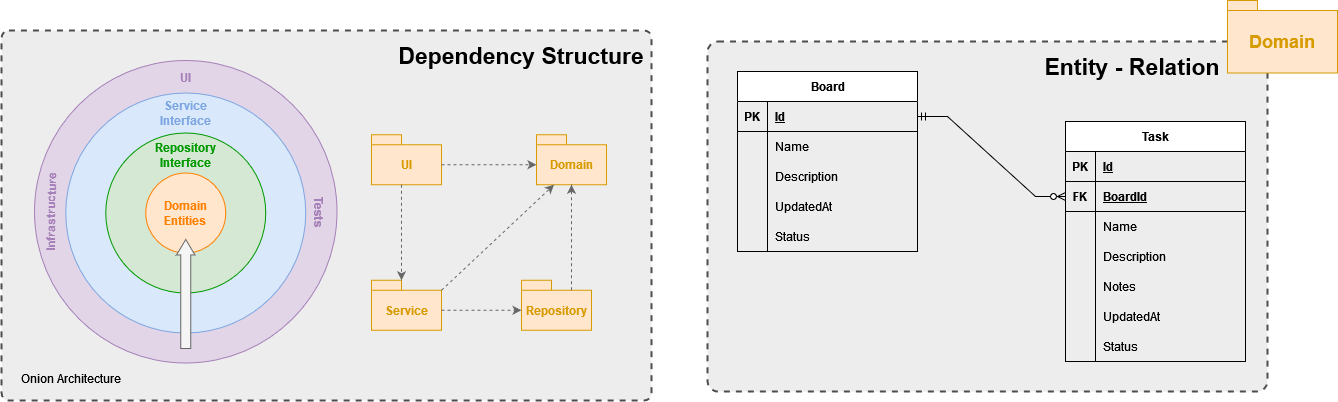
The draw.io diagram docs/images/my-kanban-er-model.png in rochajario/my-kanban-asp.net, before a commit. Source tidied: cells renumbered, new cells last; positions are measured from the earlier drawing's top-left corner, leaving out a move shared by most shapes.
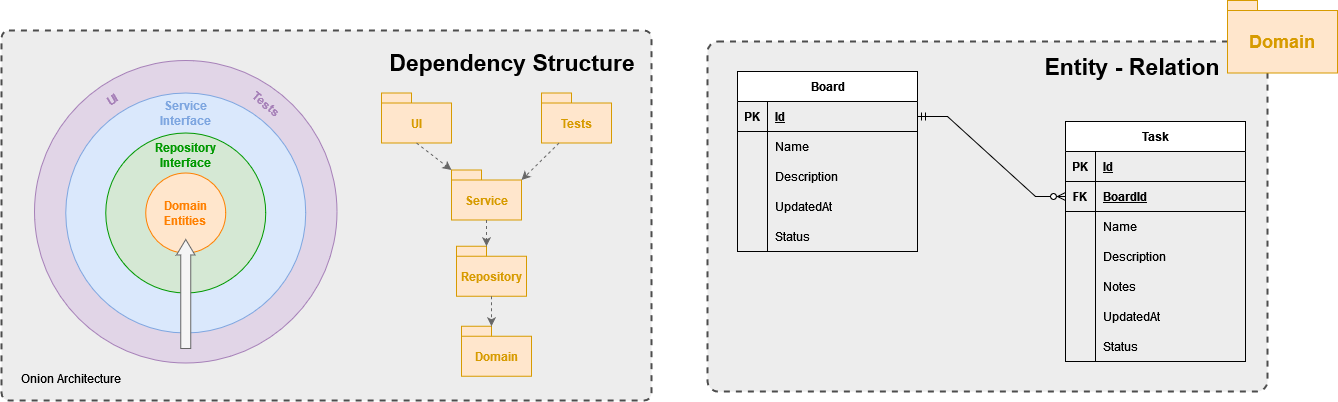
Later version of the same file.

The edit, as a diff of the source:
```diff
@@ -146,58 +146,53 @@
     <mxCell id="49" value="&lt;b&gt;&lt;font color=&quot;#7ea6e0&quot;&gt;Service Interface&lt;/font&gt;&lt;/b&gt;" style="text;html=1;strokeColor=none;fillColor=none;align=center;verticalAlign=middle;whiteSpace=wrap;rounded=0;" parent="1" vertex="1">
       <mxGeometry x="154.2" y="97.5" width="60" height="30" as="geometry" />
     </mxCell>
-    <mxCell id="50" value="&lt;b&gt;&lt;font color=&quot;#a680b8&quot;&gt;UI&lt;/font&gt;&lt;/b&gt;" style="text;html=1;strokeColor=none;fillColor=none;align=center;verticalAlign=middle;whiteSpace=wrap;rounded=0;" parent="1" vertex="1">
-      <mxGeometry x="154.2" y="62" width="60" height="30" as="geometry" />
+    <mxCell id="50" value="&lt;b&gt;&lt;font color=&quot;#a680b8&quot;&gt;UI&lt;/font&gt;&lt;/b&gt;" style="text;html=1;strokeColor=none;fillColor=none;align=center;verticalAlign=middle;whiteSpace=wrap;rounded=0;rotation=-30;" parent="1" vertex="1">
+      <mxGeometry x="81.2" y="84" width="60" height="30" as="geometry" />
     </mxCell>
-    <mxCell id="51" value="&lt;div&gt;&lt;b&gt;&lt;font color=&quot;#a680b8&quot;&gt;Infrastructure&lt;/font&gt;&lt;/b&gt;&lt;/div&gt;" style="text;html=1;strokeColor=none;fillColor=none;align=center;verticalAlign=middle;whiteSpace=wrap;rounded=0;rotation=-89;" parent="1" vertex="1">
-      <mxGeometry x="20" y="196.2" width="60" height="30" as="geometry" />
+    <mxCell id="51" value="&lt;b&gt;&lt;font color=&quot;#a680b8&quot;&gt;Tests&lt;/font&gt;&lt;/b&gt;" style="text;html=1;strokeColor=none;fillColor=none;align=center;verticalAlign=middle;whiteSpace=wrap;rounded=0;rotation=40;" parent="1" vertex="1">
+      <mxGeometry x="235" y="89" width="60" height="30" as="geometry" />
     </mxCell>
-    <mxCell id="52" value="&lt;b&gt;&lt;font color=&quot;#a680b8&quot;&gt;Tests&lt;/font&gt;&lt;/b&gt;" style="text;html=1;strokeColor=none;fillColor=none;align=center;verticalAlign=middle;whiteSpace=wrap;rounded=0;rotation=90;" parent="1" vertex="1">
-      <mxGeometry x="289" y="197.5" width="60" height="30" as="geometry" />
+    <mxCell id="52" style="shape=flexArrow;endArrow=classic;html=1;rounded=0;fillColor=#f5f5f5;strokeColor=#666666;endWidth=7.441860465116279;endSize=4.818604651162791;exitX=0.5;exitY=1;exitDx=0;exitDy=0;entryX=0.5;entryY=1;entryDx=0;entryDy=0;" parent="1" edge="1">
+      <mxGeometry relative="1" as="geometry">
+        <mxPoint x="184.2" y="348.5" as="sourcePoint" />
+        <mxPoint x="184.2" y="238.5" as="targetPoint" />
+      </mxGeometry>
     </mxCell>
-    <mxCell id="53" style="shape=flexArrow;endArrow=classic;html=1;rounded=0;fillColor=#f5f5f5;strokeColor=#666666;endWidth=7.441860465116279;endSize=4.818604651162791;exitX=0.5;exitY=1;exitDx=0;exitDy=0;entryX=0.5;entryY=1;entryDx=0;entryDy=0;" parent="1" edge="1">
-      <mxGeometry relative="1" as="geometry">
-        <mxPoint x="184.2" y="348.5" as="sourcePoint" />
-        <mxPoint x="184.2" y="238.5" as="targetPoint" />
-      </mxGeometry>
+    <mxCell id="53" value="&lt;font color=&quot;#d79b00&quot;&gt;Domain&lt;/font&gt;" style="shape=folder;fontStyle=1;spacingTop=10;tabWidth=30;tabHeight=10;tabPosition=left;html=1;whiteSpace=wrap;fillColor=#ffe6cc;strokeColor=#d79b00;" parent="1" vertex="1">
+      <mxGeometry x="460" y="325.8" width="70" height="50" as="geometry" />
     </mxCell>
-    <mxCell id="54" value="&lt;font color=&quot;#d79b00&quot;&gt;Domain&lt;/font&gt;" style="shape=folder;fontStyle=1;spacingTop=10;tabWidth=30;tabHeight=10;tabPosition=left;html=1;whiteSpace=wrap;fillColor=#ffe6cc;strokeColor=#d79b00;" parent="1" vertex="1">
-      <mxGeometry x="535" y="134.2" width="70" height="50" as="geometry" />
+    <mxCell id="54" value="&lt;font color=&quot;#d79b00&quot;&gt;Service&lt;/font&gt;" style="shape=folder;fontStyle=1;spacingTop=10;tabWidth=30;tabHeight=10;tabPosition=left;html=1;whiteSpace=wrap;fillColor=#ffe6cc;strokeColor=#d79b00;" parent="1" vertex="1">
+      <mxGeometry x="450" y="169.5" width="70" height="50" as="geometry" />
     </mxCell>
-    <mxCell id="55" value="&lt;font color=&quot;#d79b00&quot;&gt;Service&lt;/font&gt;" style="shape=folder;fontStyle=1;spacingTop=10;tabWidth=30;tabHeight=10;tabPosition=left;html=1;whiteSpace=wrap;fillColor=#ffe6cc;strokeColor=#d79b00;" parent="1" vertex="1">
-      <mxGeometry x="370" y="279.8" width="70" height="50" as="geometry" />
+    <mxCell id="55" value="&lt;font color=&quot;#d79b00&quot;&gt;Repository&lt;/font&gt;" style="shape=folder;fontStyle=1;spacingTop=10;tabWidth=30;tabHeight=10;tabPosition=left;html=1;whiteSpace=wrap;fillColor=#ffe6cc;strokeColor=#d79b00;" parent="1" vertex="1">
+      <mxGeometry x="455" y="245.8" width="70" height="50" as="geometry" />
     </mxCell>
-    <mxCell id="56" value="&lt;font color=&quot;#d79b00&quot;&gt;Repository&lt;/font&gt;" style="shape=folder;fontStyle=1;spacingTop=10;tabWidth=30;tabHeight=10;tabPosition=left;html=1;whiteSpace=wrap;fillColor=#ffe6cc;strokeColor=#d79b00;" parent="1" vertex="1">
-      <mxGeometry x="520" y="279.8" width="70" height="50" as="geometry" />
+    <mxCell id="56" value="&lt;font color=&quot;#d79b00&quot;&gt;UI&lt;/font&gt;" style="shape=folder;fontStyle=1;spacingTop=10;tabWidth=30;tabHeight=10;tabPosition=left;html=1;whiteSpace=wrap;fillColor=#ffe6cc;strokeColor=#D79B00;" parent="1" vertex="1">
+      <mxGeometry x="380" y="92.5" width="70" height="50" as="geometry" />
     </mxCell>
-    <mxCell id="57" value="&lt;font color=&quot;#d79b00&quot;&gt;UI&lt;/font&gt;" style="shape=folder;fontStyle=1;spacingTop=10;tabWidth=30;tabHeight=10;tabPosition=left;html=1;whiteSpace=wrap;fillColor=#ffe6cc;strokeColor=#D79B00;" parent="1" vertex="1">
-      <mxGeometry x="370" y="134.2" width="70" height="50" as="geometry" />
+    <mxCell id="57" style="endArrow=classic;html=1;rounded=0;entryX=0;entryY=0;entryDx=0;entryDy=0;entryPerimeter=0;dashed=1;strokeColor=#666666;exitX=0.5;exitY=1;exitDx=0;exitDy=0;exitPerimeter=0;" parent="1" edge="1" source="56" target="54">
+      <mxGeometry relative="1" as="geometry" />
     </mxCell>
-    <mxCell id="58" style="endArrow=classic;html=1;rounded=0;entryX=0;entryY=0;entryDx=30;entryDy=0;entryPerimeter=0;dashed=1;strokeColor=#666666;" parent="1" edge="1" target="55">
-      <mxGeometry relative="1" as="geometry">
-        <mxPoint x="400" y="184.2" as="sourcePoint" />
-      </mxGeometry>
+    <mxCell id="58" style="endArrow=classic;html=1;rounded=0;entryX=0;entryY=0;entryDx=30;entryDy=0;entryPerimeter=0;exitX=0.5;exitY=1;exitDx=0;exitDy=0;exitPerimeter=0;dashed=1;strokeColor=#666666;" parent="1" edge="1" source="55" target="53">
+      <mxGeometry relative="1" as="geometry" />
     </mxCell>
-    <mxCell id="59" style="endArrow=classic;html=1;rounded=0;exitX=0;exitY=0;exitDx=70;exitDy=30;exitPerimeter=0;entryX=0;entryY=0;entryDx=0;entryDy=30;entryPerimeter=0;dashed=1;strokeColor=#666666;" parent="1" edge="1" source="57" target="54">
+    <mxCell id="59" style="endArrow=classic;html=1;rounded=0;entryX=0;entryY=0;entryDx=30;entryDy=0;entryPerimeter=0;exitX=0.5;exitY=1;exitDx=0;exitDy=0;exitPerimeter=0;dashed=1;strokeColor=#666666;" parent="1" edge="1" source="54" target="55">
       <mxGeometry relative="1" as="geometry" />
     </mxCell>
-    <mxCell id="60" style="endArrow=classic;html=1;rounded=0;entryX=0.25;entryY=1;entryDx=0;entryDy=0;entryPerimeter=0;exitX=0;exitY=0;exitDx=70;exitDy=10;exitPerimeter=0;dashed=1;strokeColor=#666666;" parent="1" edge="1" source="55" target="54">
-      <mxGeometry relative="1" as="geometry" />
+    <mxCell id="60" value="&lt;font style=&quot;font-size: 23px;&quot;&gt;&lt;b&gt;Dependency Structure&lt;br&gt;&lt;/b&gt;&lt;/font&gt;" style="text;html=1;strokeColor=none;fillColor=none;align=center;verticalAlign=middle;whiteSpace=wrap;rounded=0;" parent="1" vertex="1">
+      <mxGeometry x="381" y="37" width="260" height="50" as="geometry" />
     </mxCell>
-    <mxCell id="61" style="endArrow=classic;html=1;rounded=0;entryX=0.5;entryY=1;entryDx=0;entryDy=0;entryPerimeter=0;exitX=0;exitY=0;exitDx=50;exitDy=10;exitPerimeter=0;dashed=1;strokeColor=#666666;" parent="1" edge="1" source="56" target="54">
-      <mxGeometry relative="1" as="geometry" />
+    <mxCell id="61" value="Onion Architecture" style="text;html=1;strokeColor=none;fillColor=none;align=center;verticalAlign=middle;whiteSpace=wrap;rounded=0;" parent="1" vertex="1">
+      <mxGeometry x="10" y="362.5" width="120" height="30" as="geometry" />
     </mxCell>
-    <mxCell id="62" style="endArrow=classic;html=1;rounded=0;entryX=0;entryY=0;entryDx=0;entryDy=30;entryPerimeter=0;exitX=0;exitY=0;exitDx=70;exitDy=30;exitPerimeter=0;dashed=1;strokeColor=#666666;" parent="1" edge="1" source="55" target="56">
-      <mxGeometry relative="1" as="geometry" />
+    <mxCell id="62" value="&lt;font style=&quot;font-size: 18px;&quot; color=&quot;#d79b00&quot;&gt;Domain&lt;/font&gt;" style="shape=folder;fontStyle=1;spacingTop=10;tabWidth=30;tabHeight=10;tabPosition=left;html=1;whiteSpace=wrap;fillColor=#ffe6cc;strokeColor=#d79b00;" parent="1" vertex="1">
+      <mxGeometry x="1226" width="110" height="72.5" as="geometry" />
     </mxCell>
-    <mxCell id="63" value="&lt;font style=&quot;font-size: 23px;&quot;&gt;&lt;b&gt;Dependency Structure&lt;br&gt;&lt;/b&gt;&lt;/font&gt;" style="text;html=1;strokeColor=none;fillColor=none;align=center;verticalAlign=middle;whiteSpace=wrap;rounded=0;" parent="1" vertex="1">
-      <mxGeometry x="390" y="30" width="260" height="50" as="geometry" />
+    <mxCell id="63" value="&lt;font color=&quot;#d79b00&quot;&gt;Tests&lt;/font&gt;" style="shape=folder;fontStyle=1;spacingTop=10;tabWidth=30;tabHeight=10;tabPosition=left;html=1;whiteSpace=wrap;fillColor=#ffe6cc;strokeColor=#D79B00;" parent="1" vertex="1">
+      <mxGeometry x="540" y="92.5" width="70" height="50" as="geometry" />
     </mxCell>
-    <mxCell id="64" value="Onion Architecture" style="text;html=1;strokeColor=none;fillColor=none;align=center;verticalAlign=middle;whiteSpace=wrap;rounded=0;" parent="1" vertex="1">
-      <mxGeometry x="10" y="362.5" width="120" height="30" as="geometry" />
+    <mxCell id="64" style="endArrow=classic;html=1;rounded=0;entryX=0;entryY=0;entryDx=70;entryDy=10;entryPerimeter=0;dashed=1;strokeColor=#666666;exitX=0.25;exitY=1;exitDx=0;exitDy=0;exitPerimeter=0;" parent="1" edge="1" source="63" target="54">
+      <mxGeometry relative="1" as="geometry" />
     </mxCell>
-    <mxCell id="65" value="&lt;font style=&quot;font-size: 18px;&quot; color=&quot;#d79b00&quot;&gt;Domain&lt;/font&gt;" style="shape=folder;fontStyle=1;spacingTop=10;tabWidth=30;tabHeight=10;tabPosition=left;html=1;whiteSpace=wrap;fillColor=#ffe6cc;strokeColor=#d79b00;" parent="1" vertex="1">
-      <mxGeometry x="1226" width="110" height="72.5" as="geometry" />
-    </mxCell>
   </root>
 </mxGraphModel>
```
